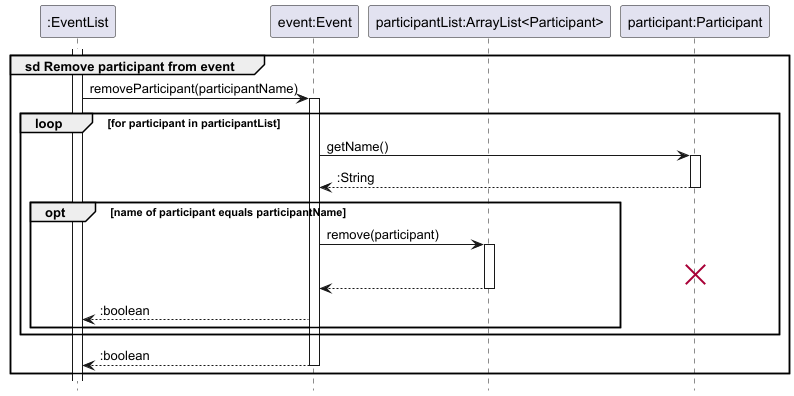
The PlantUML diagram docs/images/RemoveParticipantFromEvent.png in nus-cs2113-AY2425S1/tp, before a commit.
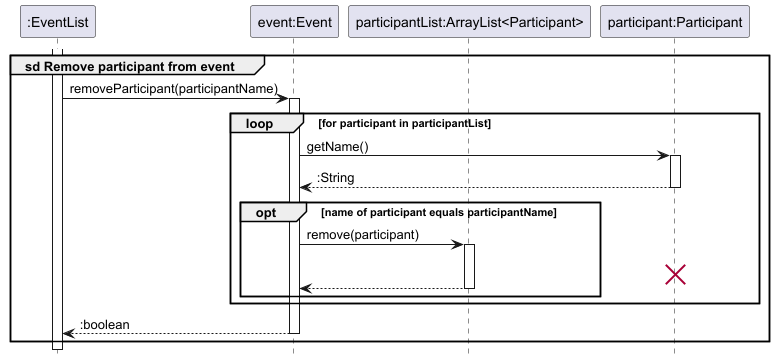
The same file after the commit.

Diff of the diagram source:
```diff
@@ -23,7 +23,6 @@
             activate participantList
             destroy participant
             return
-            event --> eventList : :boolean
         end
     end
     return :boolean
```
